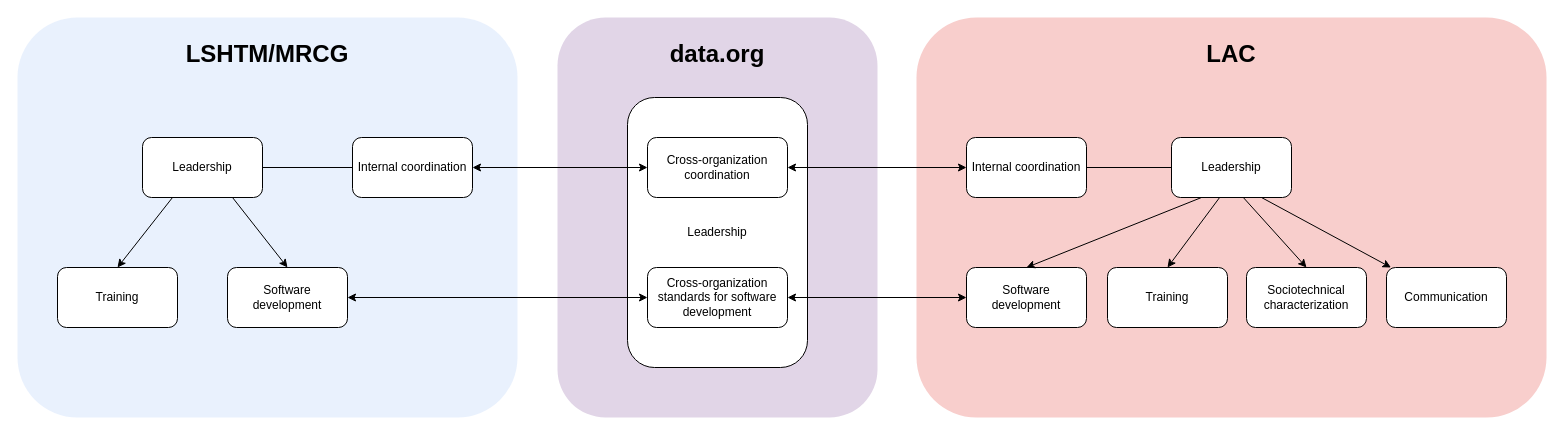
Before: org_chart.drawio in epiverse-trace/.github, a draw.io diagram. Source tidied: cells renumbered, new cells numbered last; positions are measured from the earlier drawing's top-left corner, leaving out a move shared by most shapes. Both pictures are drawn from the tidied source at 100%, with x=0, y=0 at pixel (17, 17).
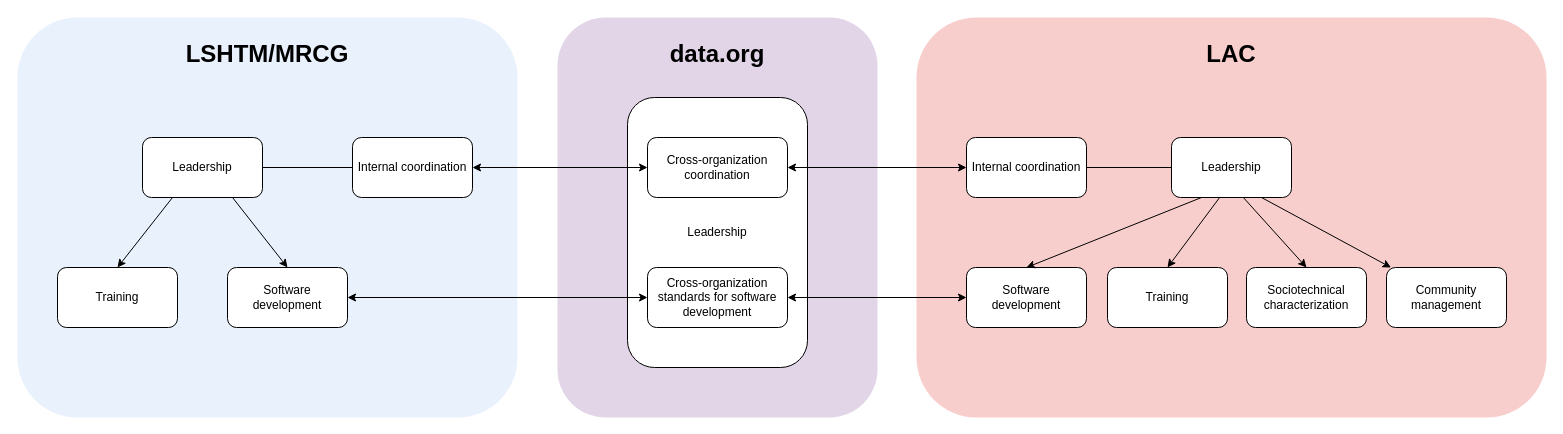
After the change.

Commit message (it also covers changes not shown here):
Update LAC org chart based on Zulma's feedback

The edit, as a diff of the source:
```diff
@@
-    <mxCell id="12" value="Communication" style="rounded=1;whiteSpace=wrap;html=1;" parent="1" vertex="1">
+    <mxCell id="12" value="Community management" style="rounded=1;whiteSpace=wrap;html=1;" parent="1" vertex="1">
       <mxGeometry x="1369" y="250" width="120" height="60" as="geometry" />
     </mxCell>
```
